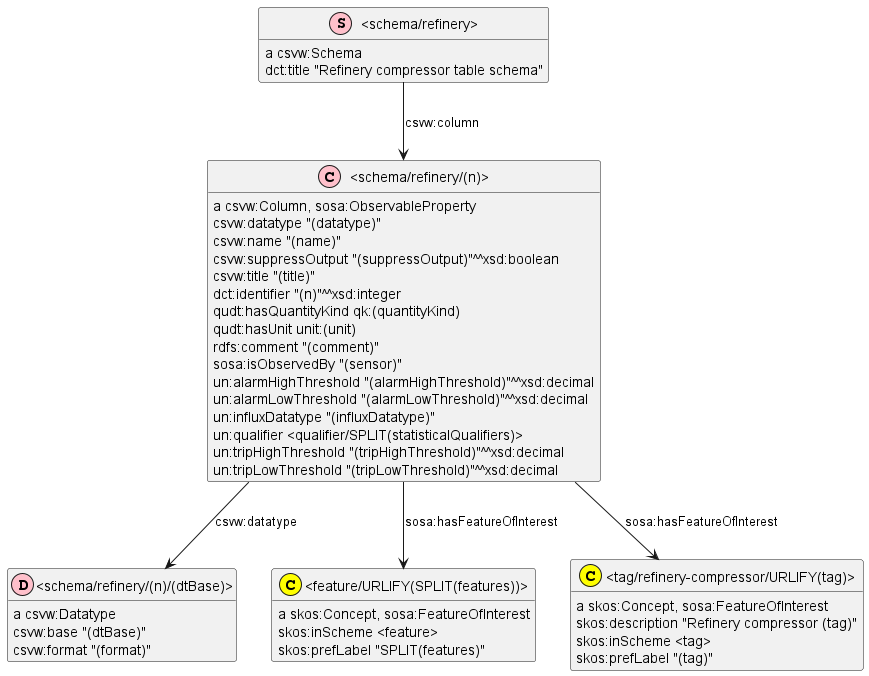
Above: schema-refinery.png in underpin-project/model (PlantUML), before the change.
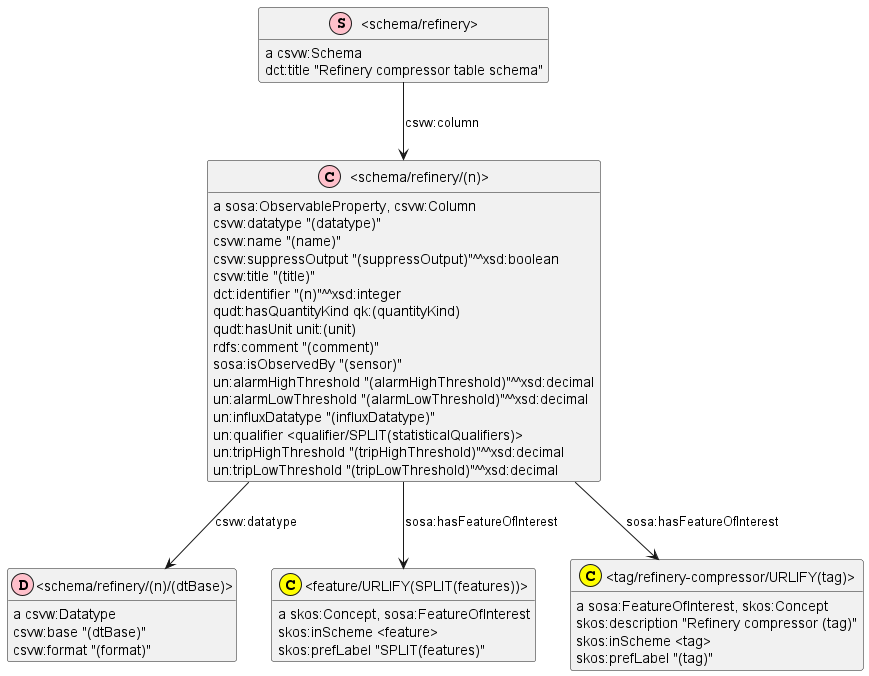
The same diagram one commit later.

Commit message:
split DataService, DataAddress into dataset-extra.png (just model, no RDFization)

The edit, as a diff of the source:
```diff
@@ -2,35 +2,35 @@
 hide empty members
 hide circle
 skinparam classAttributeIconSize 0
-class _schema_refinery_ as "<schema/refinery>"
-class _schema_refinery_ <<(S,pink)>>
-show _schema_refinery_ circle
 class _schema_refinery_n_ as "<schema/refinery/(n)>"
 class _schema_refinery_n_ <<(C,pink)>>
 show _schema_refinery_n_ circle
 class _schema_refinery_n_dtBase_ as "<schema/refinery/(n)/(dtBase)>"
 class _schema_refinery_n_dtBase_ <<(D,pink)>>
 show _schema_refinery_n_dtBase_ circle
+class _schema_refinery_ as "<schema/refinery>"
+class _schema_refinery_ <<(S,pink)>>
+show _schema_refinery_ circle
 class _feature_URLIFY_SPLIT_features_ as "<feature/URLIFY(SPLIT(features))>"
 class _feature_URLIFY_SPLIT_features_ <<(C,yellow)>>
 show _feature_URLIFY_SPLIT_features_ circle
 class _tag_refinery_compressor_URLIFY_tag_ as "<tag/refinery-compressor/URLIFY(tag)>"
 class _tag_refinery_compressor_URLIFY_tag_ <<(C,yellow)>>
 show _tag_refinery_compressor_URLIFY_tag_ circle
-_schema_refinery_ : {field} a csvw:Schema
-_schema_refinery_ -down-> _schema_refinery_n_ : csvw:column
-_schema_refinery_ : {field} dct:title "Refinery compressor table schema"
-_feature_URLIFY_SPLIT_features_ : {field} a skos:Concept, sosa:FeatureOfInterest
-_feature_URLIFY_SPLIT_features_ : {field} skos:inScheme <feature>
-_feature_URLIFY_SPLIT_features_ : {field} skos:prefLabel "SPLIT(features)"
-_tag_refinery_compressor_URLIFY_tag_ : {field} a skos:Concept, sosa:FeatureOfInterest
+_tag_refinery_compressor_URLIFY_tag_ : {field} a sosa:FeatureOfInterest, skos:Concept
 _tag_refinery_compressor_URLIFY_tag_ : {field} skos:description "Refinery compressor (tag)"
 _tag_refinery_compressor_URLIFY_tag_ : {field} skos:inScheme <tag>
 _tag_refinery_compressor_URLIFY_tag_ : {field} skos:prefLabel "(tag)"
 _schema_refinery_n_dtBase_ : {field} a csvw:Datatype
 _schema_refinery_n_dtBase_ : {field} csvw:base "(dtBase)"
 _schema_refinery_n_dtBase_ : {field} csvw:format "(format)"
-_schema_refinery_n_ : {field} a csvw:Column, sosa:ObservableProperty
+_feature_URLIFY_SPLIT_features_ : {field} a skos:Concept, sosa:FeatureOfInterest
+_feature_URLIFY_SPLIT_features_ : {field} skos:inScheme <feature>
+_feature_URLIFY_SPLIT_features_ : {field} skos:prefLabel "SPLIT(features)"
+_schema_refinery_ : {field} a csvw:Schema
+_schema_refinery_ -down-> _schema_refinery_n_ : csvw:column
+_schema_refinery_ : {field} dct:title "Refinery compressor table schema"
+_schema_refinery_n_ : {field} a sosa:ObservableProperty, csvw:Column
 _schema_refinery_n_ -down-> _feature_URLIFY_SPLIT_features_ : sosa:hasFeatureOfInterest
 _schema_refinery_n_ -down-> _schema_refinery_n_dtBase_ : csvw:datatype
 _schema_refinery_n_ -down-> _tag_refinery_compressor_URLIFY_tag_ : sosa:hasFeatureOfInterest
```
